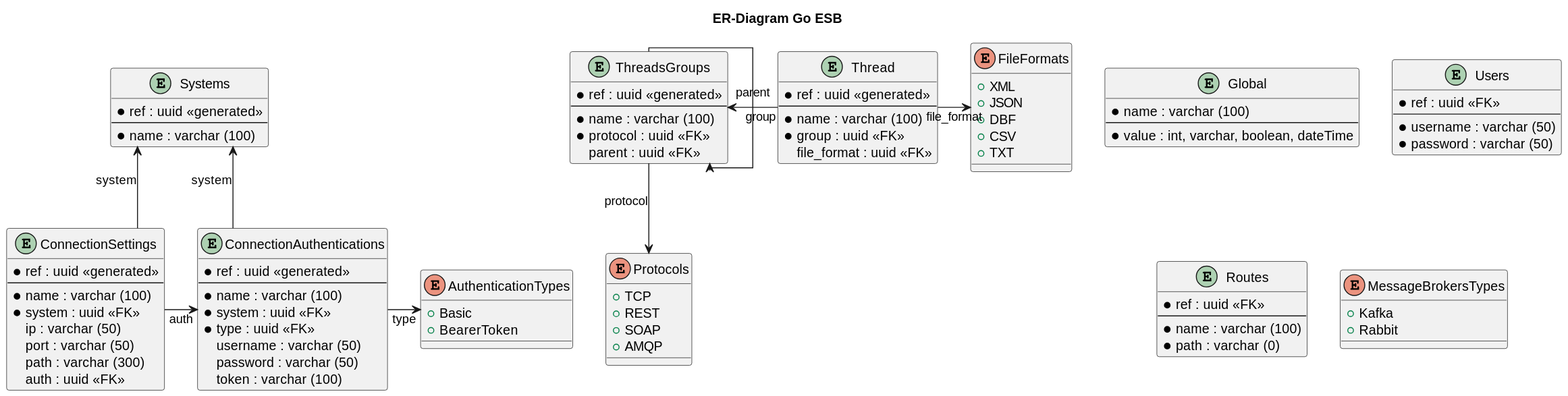
This is out/docs/ER/go_esb.svg from bitbybitlab/go-esb, a PlantUML export, as it was before one commit. The source it was exported from:
```plantuml
@startuml
skinparam linetype ortho

title ER-Diagram Go ESB

entity "Global" as eGlobal {
    *name : varchar (100)
    --
    *value : int, varchar, boolean, dateTime
}

entity "Users" as eUsers {
    *ref : uuid <<FK>>
    --
    *username : varchar (50)
    *password : varchar (50)
}

entity "Systems" as eSystems {
    *ref : uuid <<generated>>
    --
    *name : varchar (100)
}

entity "ConnectionSettings" as eConnectionSettings {
    *ref : uuid <<generated>>
    --
    *name : varchar (100)
    *system : uuid <<FK>>
    ip : varchar (50)
    port : varchar (50)
    path : varchar (300)
    auth : uuid <<FK>>
}

eConnectionSettings -u-> eSystems : system

entity "ConnectionAuthentications" as eConnectionAuthentications {
    *ref : uuid <<generated>>
    --
    *name : varchar (100)
    *system : uuid <<FK>>
    *type : uuid <<FK>>
    username : varchar (50)
    password : varchar (50)
    token : varchar (100)
}

eConnectionSettings -> eConnectionAuthentications : auth
eConnectionAuthentications -u-> eSystems : system
eConnectionAuthentications -> eAuthenticationTypes : type

entity "ThreadsGroups" as eThreadsGroups {
    *ref : uuid <<generated>>
    --
    *name : varchar (100)
    *protocol : uuid <<FK>>
    parent : uuid <<FK>>
}

eThreadsGroups -d-> eProtocols : protocol
eThreadsGroups -> eThreadsGroups : parent

enum "Protocols" as eProtocols {
    + TCP
    + REST
    + SOAP
    + AMQP
}

entity "Thread" as eThread {
    *ref : uuid <<generated>>
    --
    *name : varchar (100)
    *group : uuid <<FK>>
    file_format : uuid <<FK>>
}

eThreadsGroups <- eThread : group
eThread -> eFileFormats : file_format

enum "FileFormats" as eFileFormats {
    + XML
    + JSON
    + DBF
    + CSV
    + TXT
}

entity "Routes" as eRoutes {
    *ref : uuid <<FK>>
    --
    *name : varchar (100)
    *path : varchar (0)
}

enum "AuthenticationTypes" as eAuthenticationTypes {
    + Basic
    + BearerToken
}

enum "MessageBrokersTypes" as eMessageBrokersTypes {
    + Kafka
    + Rabbit
}
@enduml
```
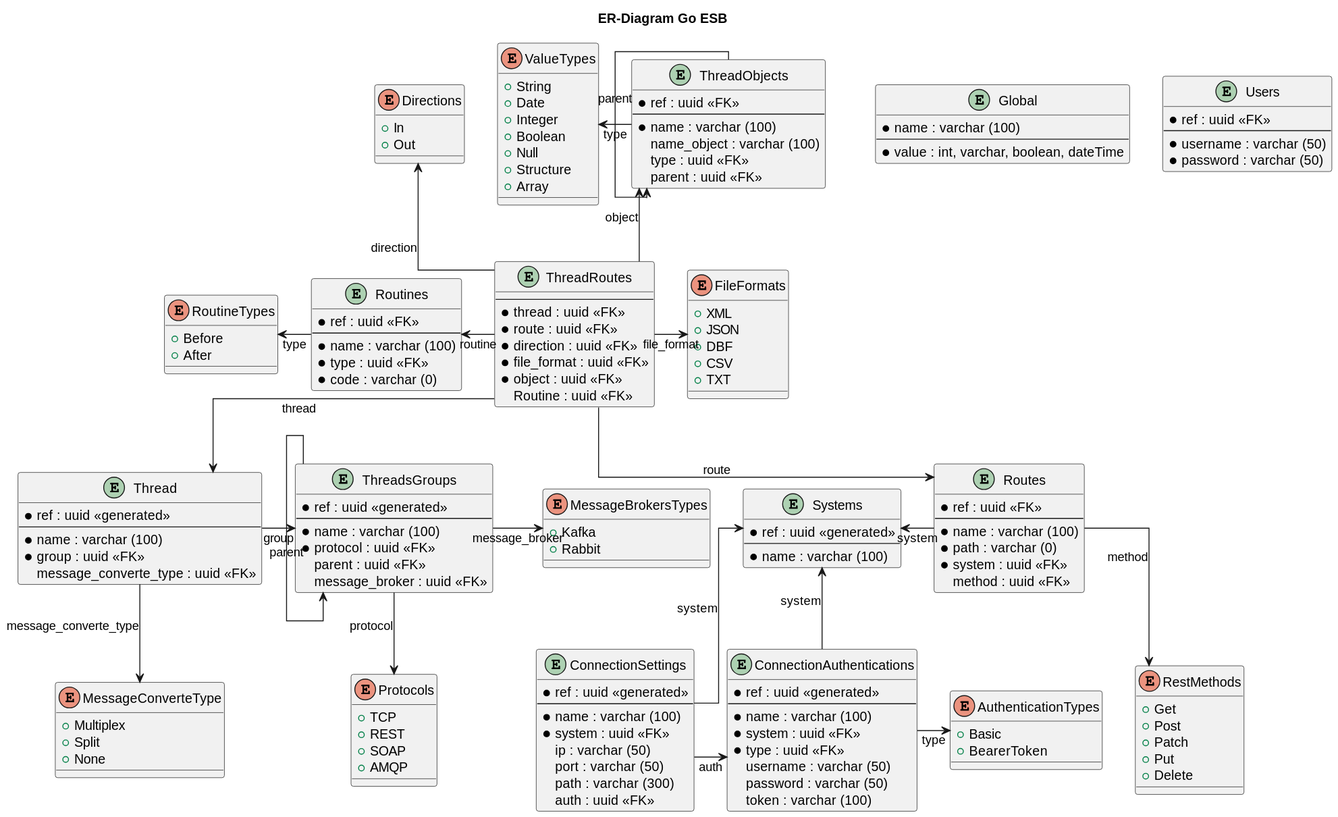
The same diagram one commit later.

Diff of the diagram source:
```diff
@@ -50,16 +50,28 @@
 eConnectionAuthentications -u-> eSystems : system
 eConnectionAuthentications -> eAuthenticationTypes : type
 
+enum "AuthenticationTypes" as eAuthenticationTypes {
+    + Basic
+    + BearerToken
+}
+
 entity "ThreadsGroups" as eThreadsGroups {
     *ref : uuid <<generated>>
     --
     *name : varchar (100)
     *protocol : uuid <<FK>>
     parent : uuid <<FK>>
+    message_broker : uuid <<FK>>
+}
+
+enum "MessageBrokersTypes" as eMessageBrokersTypes {
+    + Kafka
+    + Rabbit
 }
 
 eThreadsGroups -d-> eProtocols : protocol
 eThreadsGroups -> eThreadsGroups : parent
+eThreadsGroups -> eMessageBrokersTypes : message_broker
 
 enum "Protocols" as eProtocols {
     + TCP
@@ -68,16 +80,57 @@
     + AMQP
 }
 
-entity "Thread" as eThread {
+entity "Thread" as eThreads {
     *ref : uuid <<generated>>
     --
     *name : varchar (100)
     *group : uuid <<FK>>
-    file_format : uuid <<FK>>
+    message_converte_type : uuid <<FK>>
 }
 
-eThreadsGroups <- eThread : group
-eThread -> eFileFormats : file_format
+eThreads -> eThreadsGroups : group
+eThreads -d-> eMessageConverteTypes : message_converte_type
+
+enum "MessageConverteType" as eMessageConverteTypes {
+    + Multiplex
+    + Split
+    + None
+}
+
+entity "Routes" as eRoutes {
+    *ref : uuid <<FK>>
+    --
+    *name : varchar (100)
+    *path : varchar (0)
+    *system : uuid <<FK>>
+    method : uuid <<FK>>
+}
+
+eSystems <- eRoutes : system
+eRoutes -d-> eRestMethods : method
+
+enum "RestMethods" as eRestMethods {
+    + Get
+    + Post
+    + Patch
+    + Put
+    + Delete
+}
+
+entity "ThreadRoutes" as eThreadRoutes {
+    --
+    *thread : uuid <<FK>>
+    *route : uuid <<FK>>
+    *direction : uuid <<FK>>
+    *file_format : uuid <<FK>>
+    *object : uuid <<FK>>
+    Routine : uuid <<FK>>
+}
+
+enum "Directions" as eDirections {
+    + In
+    + Out
+}
 
 enum "FileFormats" as eFileFormats {
     + XML
@@ -87,20 +140,47 @@
     + TXT
 }
 
-entity "Routes" as eRoutes {
+entity "Routines" as eRoutines {
     *ref : uuid <<FK>>
     --
     *name : varchar (100)
-    *path : varchar (0)
+    *type : uuid <<FK>>
+    *code : varchar (0)
 }
 
-enum "AuthenticationTypes" as eAuthenticationTypes {
-    + Basic
-    + BearerToken
+eRoutineTypes <- eRoutines : type
+
+enum "RoutineTypes" as eRoutineTypes {
+    + Before
+    + After
 }
 
-enum "MessageBrokersTypes" as eMessageBrokersTypes {
-    + Kafka
-    + Rabbit
+entity "ThreadObjects" as eThreadObjects {
+    *ref : uuid <<FK>>
+    --
+    *name : varchar (100)
+    name_object : varchar (100)
+    type : uuid <<FK>>
+    parent : uuid <<FK>>
 }
+
+eThreadRoutes -d-> eThreads : thread
+eThreadRoutes -d-> eRoutes : route
+eThreadRoutes -u-> eDirections : direction
+eThreadRoutes -> eFileFormats : file_format
+eRoutines <- eThreadRoutes  : routine
+eThreadRoutes -u-> eThreadObjects : object
+
+enum "ValueTypes" as eValueTypes {
+    + String
+    + Date
+    + Integer
+    + Boolean
+    + Null
+    + Structure
+    + Array
+}
+
+eValueTypes <-eThreadObjects : type
+eThreadObjects -> eThreadObjects : parent
 @enduml
```
